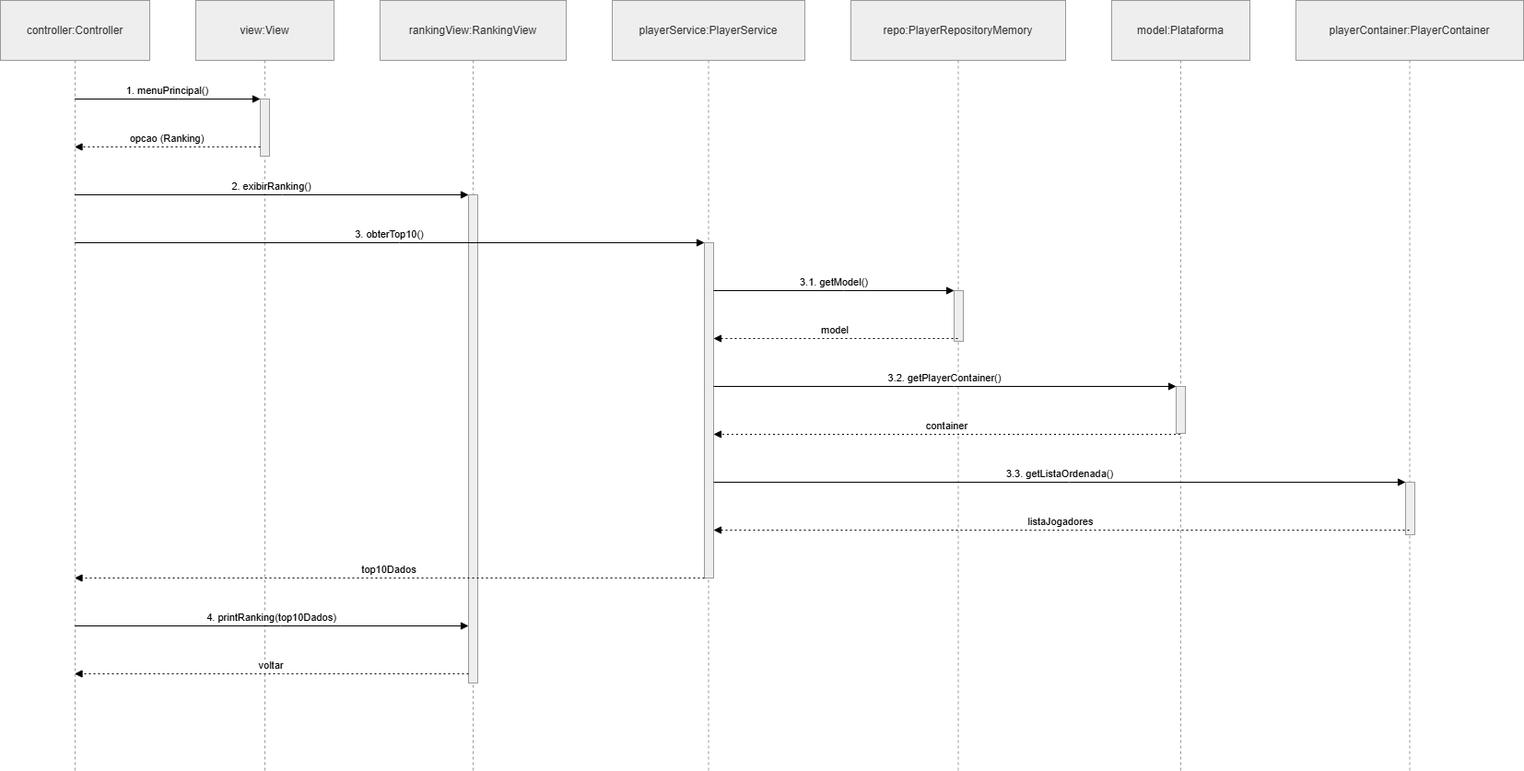
Before: Iteração2/PNG Diagrams/UC8.1.png, a diagram exported from draw.io (Sw33t23/fsoft2026_1DA_1). Source tidied: cells renumbered, new cells last; positions are measured from the earlier drawing's top-left corner, leaving out a move shared by most shapes.
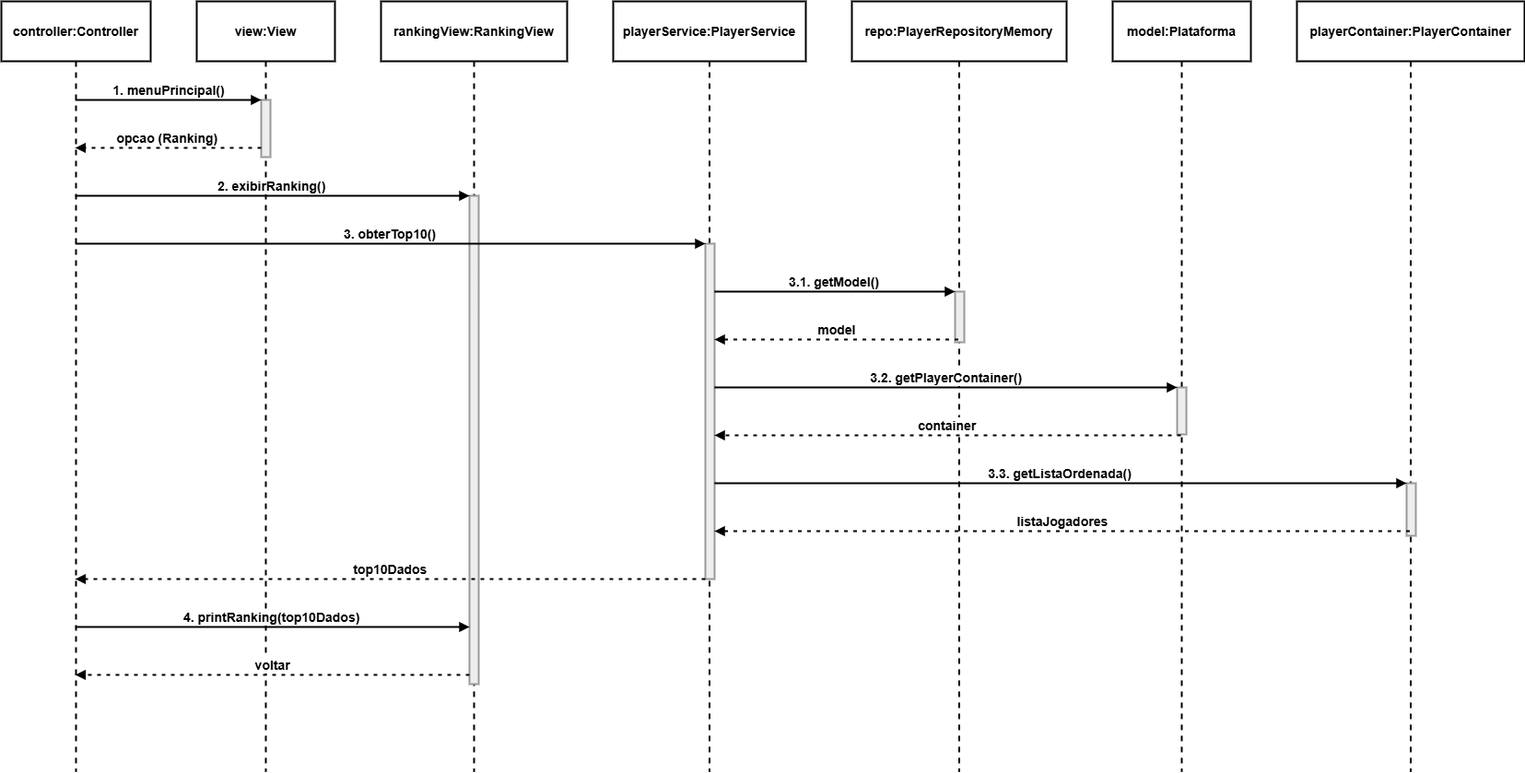
The same diagram one commit later.

The edit, as a diff of the source:
```diff
@@ -2,130 +2,130 @@
   <root>
     <mxCell id="0" />
     <mxCell id="1" parent="0" />
-    <mxCell id="2" value="controller:Controller" style="shape=umlLifeline;perimeter=lifelinePerimeter;whiteSpace=wrap;outlineConnect=0;portConstraint=eastwest;newEdgeStyle={&quot;edgeStyle&quot;:&quot;elbowEdgeStyle&quot;,&quot;elbow&quot;:&quot;vertical&quot;,&quot;curved&quot;:0,&quot;rounded&quot;:0};size=65;fillColor=light-dark(#eeeeee,#1f2020);strokeColor=light-dark(#999999,#cccccc);fontColor=light-dark(#333333,#cccccc);" parent="1" vertex="1">
+    <mxCell id="2" value="controller:Controller" style="shape=umlLifeline;perimeter=lifelinePerimeter;whiteSpace=wrap;outlineConnect=0;portConstraint=eastwest;newEdgeStyle={&quot;edgeStyle&quot;:&quot;elbowEdgeStyle&quot;,&quot;elbow&quot;:&quot;vertical&quot;,&quot;curved&quot;:0,&quot;rounded&quot;:0};size=65;fillColor=none;strokeWidth=2;fontSize=14;fontStyle=1;" parent="1" vertex="1">
       <mxGeometry width="162" height="836" as="geometry" />
     </mxCell>
-    <mxCell id="3" value="view:View" style="shape=umlLifeline;perimeter=lifelinePerimeter;whiteSpace=wrap;newEdgeStyle={&quot;edgeStyle&quot;:&quot;elbowEdgeStyle&quot;,&quot;elbow&quot;:&quot;vertical&quot;,&quot;curved&quot;:0,&quot;rounded&quot;:0};size=65;fillColor=light-dark(#eeeeee,#1f2020);strokeColor=light-dark(#999999,#cccccc);fontColor=light-dark(#333333,#cccccc);" parent="1" vertex="1">
+    <mxCell id="3" value="view:View" style="shape=umlLifeline;perimeter=lifelinePerimeter;whiteSpace=wrap;newEdgeStyle={&quot;edgeStyle&quot;:&quot;elbowEdgeStyle&quot;,&quot;elbow&quot;:&quot;vertical&quot;,&quot;curved&quot;:0,&quot;rounded&quot;:0};size=65;fillColor=none;strokeWidth=2;fontSize=14;fontStyle=1;" parent="1" vertex="1">
       <mxGeometry x="212" width="150" height="836" as="geometry" />
     </mxCell>
-    <mxCell id="4" style="points=[];perimeter=orthogonalPerimeter;outlineConnect=0;targetShapes=umlLifeline;portConstraint=eastwest;newEdgeStyle={&quot;edgeStyle&quot;:&quot;elbowEdgeStyle&quot;,&quot;elbow&quot;:&quot;vertical&quot;,&quot;curved&quot;:0,&quot;rounded&quot;:0};fillColor=light-dark(#eeeeee,#1f2020);strokeColor=light-dark(#999999,#cccccc);fontColor=light-dark(#333333,#cccccc);" parent="3" vertex="1">
-      <mxGeometry x="70" y="107" width="10" height="62" as="geometry" />
-    </mxCell>
+    <mxCell id="28" style="points=[];perimeter=orthogonalPerimeter;outlineConnect=0;targetShapes=umlLifeline;portConstraint=eastwest;newEdgeStyle={&quot;edgeStyle&quot;:&quot;elbowEdgeStyle&quot;,&quot;elbow&quot;:&quot;vertical&quot;,&quot;curved&quot;:0,&quot;rounded&quot;:0};fillColor=light-dark(#eeeeee,#1f2020);strokeColor=light-dark(#999999,#cccccc);fontColor=light-dark(#333333,#cccccc);strokeWidth=2;fontSize=14;fontStyle=1;" parent="3" vertex="1">
+      <mxGeometry x="70" y="107" width="10" height="62" as="geometry" />
+    </mxCell>
-    <mxCell id="5" value="rankingView:RankingView" style="shape=umlLifeline;perimeter=lifelinePerimeter;whiteSpace=wrap;newEdgeStyle={&quot;edgeStyle&quot;:&quot;elbowEdgeStyle&quot;,&quot;elbow&quot;:&quot;vertical&quot;,&quot;curved&quot;:0,&quot;rounded&quot;:0};size=65;fillColor=light-dark(#eeeeee,#1f2020);strokeColor=light-dark(#999999,#cccccc);fontColor=light-dark(#333333,#cccccc);" parent="1" vertex="1">
+    <mxCell id="5" value="rankingView:RankingView" style="shape=umlLifeline;perimeter=lifelinePerimeter;whiteSpace=wrap;newEdgeStyle={&quot;edgeStyle&quot;:&quot;elbowEdgeStyle&quot;,&quot;elbow&quot;:&quot;vertical&quot;,&quot;curved&quot;:0,&quot;rounded&quot;:0};size=65;fillColor=none;strokeWidth=2;fontSize=14;fontStyle=1;" parent="1" vertex="1">
       <mxGeometry x="412" width="202" height="836" as="geometry" />
     </mxCell>
-    <mxCell id="6" style="points=[];perimeter=orthogonalPerimeter;outlineConnect=0;targetShapes=umlLifeline;portConstraint=eastwest;newEdgeStyle={&quot;edgeStyle&quot;:&quot;elbowEdgeStyle&quot;,&quot;elbow&quot;:&quot;vertical&quot;,&quot;curved&quot;:0,&quot;rounded&quot;:0};fillColor=light-dark(#eeeeee,#1f2020);strokeColor=light-dark(#999999,#cccccc);fontColor=light-dark(#333333,#cccccc);" parent="5" vertex="1">
-      <mxGeometry x="96" y="211" width="10" height="530" as="geometry" />
-    </mxCell>
+    <mxCell id="29" style="points=[];perimeter=orthogonalPerimeter;outlineConnect=0;targetShapes=umlLifeline;portConstraint=eastwest;newEdgeStyle={&quot;edgeStyle&quot;:&quot;elbowEdgeStyle&quot;,&quot;elbow&quot;:&quot;vertical&quot;,&quot;curved&quot;:0,&quot;rounded&quot;:0};fillColor=light-dark(#eeeeee,#1f2020);strokeColor=light-dark(#999999,#cccccc);fontColor=light-dark(#333333,#cccccc);strokeWidth=2;fontSize=14;fontStyle=1;" parent="5" vertex="1">
+      <mxGeometry x="96" y="211" width="10" height="530" as="geometry" />
+    </mxCell>
-    <mxCell id="7" value="playerService:PlayerService" style="shape=umlLifeline;perimeter=lifelinePerimeter;whiteSpace=wrap;newEdgeStyle={&quot;edgeStyle&quot;:&quot;elbowEdgeStyle&quot;,&quot;elbow&quot;:&quot;vertical&quot;,&quot;curved&quot;:0,&quot;rounded&quot;:0};size=65;fillColor=light-dark(#eeeeee,#1f2020);strokeColor=light-dark(#999999,#cccccc);fontColor=light-dark(#333333,#cccccc);" parent="1" vertex="1">
+    <mxCell id="7" value="playerService:PlayerService" style="shape=umlLifeline;perimeter=lifelinePerimeter;whiteSpace=wrap;newEdgeStyle={&quot;edgeStyle&quot;:&quot;elbowEdgeStyle&quot;,&quot;elbow&quot;:&quot;vertical&quot;,&quot;curved&quot;:0,&quot;rounded&quot;:0};size=65;fillColor=none;strokeWidth=2;fontSize=14;fontStyle=1;" parent="1" vertex="1">
       <mxGeometry x="664" width="209" height="836" as="geometry" />
     </mxCell>
-    <mxCell id="8" style="points=[];perimeter=orthogonalPerimeter;outlineConnect=0;targetShapes=umlLifeline;portConstraint=eastwest;newEdgeStyle={&quot;edgeStyle&quot;:&quot;elbowEdgeStyle&quot;,&quot;elbow&quot;:&quot;vertical&quot;,&quot;curved&quot;:0,&quot;rounded&quot;:0};fillColor=light-dark(#eeeeee,#1f2020);strokeColor=light-dark(#999999,#cccccc);fontColor=light-dark(#333333,#cccccc);" parent="7" vertex="1">
-      <mxGeometry x="100" y="263" width="10" height="364" as="geometry" />
-    </mxCell>
+    <mxCell id="30" style="points=[];perimeter=orthogonalPerimeter;outlineConnect=0;targetShapes=umlLifeline;portConstraint=eastwest;newEdgeStyle={&quot;edgeStyle&quot;:&quot;elbowEdgeStyle&quot;,&quot;elbow&quot;:&quot;vertical&quot;,&quot;curved&quot;:0,&quot;rounded&quot;:0};fillColor=light-dark(#eeeeee,#1f2020);strokeColor=light-dark(#999999,#cccccc);fontColor=light-dark(#333333,#cccccc);strokeWidth=2;fontSize=14;fontStyle=1;" parent="7" vertex="1">
+      <mxGeometry x="100" y="263" width="10" height="364" as="geometry" />
+    </mxCell>
-    <mxCell id="9" value="repo:PlayerRepositoryMemory" style="shape=umlLifeline;perimeter=lifelinePerimeter;whiteSpace=wrap;outlineConnect=0;portConstraint=eastwest;newEdgeStyle={&quot;edgeStyle&quot;:&quot;elbowEdgeStyle&quot;,&quot;elbow&quot;:&quot;vertical&quot;,&quot;curved&quot;:0,&quot;rounded&quot;:0};size=65;fillColor=light-dark(#eeeeee,#1f2020);strokeColor=light-dark(#999999,#cccccc);fontColor=light-dark(#333333,#cccccc);" parent="1" vertex="1">
+    <mxCell id="9" value="repo:PlayerRepositoryMemory" style="shape=umlLifeline;perimeter=lifelinePerimeter;whiteSpace=wrap;outlineConnect=0;portConstraint=eastwest;newEdgeStyle={&quot;edgeStyle&quot;:&quot;elbowEdgeStyle&quot;,&quot;elbow&quot;:&quot;vertical&quot;,&quot;curved&quot;:0,&quot;rounded&quot;:0};size=65;fillColor=none;strokeWidth=2;fontSize=14;fontStyle=1;" parent="1" vertex="1">
       <mxGeometry x="923" width="233" height="836" as="geometry" />
     </mxCell>
-    <mxCell id="10" style="points=[];perimeter=orthogonalPerimeter;outlineConnect=0;targetShapes=umlLifeline;portConstraint=eastwest;newEdgeStyle={&quot;edgeStyle&quot;:&quot;elbowEdgeStyle&quot;,&quot;elbow&quot;:&quot;vertical&quot;,&quot;curved&quot;:0,&quot;rounded&quot;:0};fillColor=light-dark(#eeeeee,#1f2020);strokeColor=light-dark(#999999,#cccccc);fontColor=light-dark(#333333,#cccccc);" parent="9" vertex="1">
-      <mxGeometry x="112" y="315" width="10" height="55" as="geometry" />
-    </mxCell>
+    <mxCell id="31" style="points=[];perimeter=orthogonalPerimeter;outlineConnect=0;targetShapes=umlLifeline;portConstraint=eastwest;newEdgeStyle={&quot;edgeStyle&quot;:&quot;elbowEdgeStyle&quot;,&quot;elbow&quot;:&quot;vertical&quot;,&quot;curved&quot;:0,&quot;rounded&quot;:0};fillColor=light-dark(#eeeeee,#1f2020);strokeColor=light-dark(#999999,#cccccc);fontColor=light-dark(#333333,#cccccc);strokeWidth=2;fontSize=14;fontStyle=1;" parent="9" vertex="1">
+      <mxGeometry x="112" y="315" width="10" height="55" as="geometry" />
+    </mxCell>
-    <mxCell id="11" value="model:Plataforma" style="shape=umlLifeline;perimeter=lifelinePerimeter;whiteSpace=wrap;outlineConnect=0;portConstraint=eastwest;newEdgeStyle={&quot;edgeStyle&quot;:&quot;elbowEdgeStyle&quot;,&quot;elbow&quot;:&quot;vertical&quot;,&quot;curved&quot;:0,&quot;rounded&quot;:0};size=65;fillColor=light-dark(#eeeeee,#1f2020);strokeColor=light-dark(#999999,#cccccc);fontColor=light-dark(#333333,#cccccc);" parent="1" vertex="1">
+    <mxCell id="11" value="model:Plataforma" style="shape=umlLifeline;perimeter=lifelinePerimeter;whiteSpace=wrap;outlineConnect=0;portConstraint=eastwest;newEdgeStyle={&quot;edgeStyle&quot;:&quot;elbowEdgeStyle&quot;,&quot;elbow&quot;:&quot;vertical&quot;,&quot;curved&quot;:0,&quot;rounded&quot;:0};size=65;fillColor=none;strokeWidth=2;fontSize=14;fontStyle=1;" parent="1" vertex="1">
       <mxGeometry x="1206" width="150" height="836" as="geometry" />
     </mxCell>
-    <mxCell id="12" style="points=[];perimeter=orthogonalPerimeter;outlineConnect=0;targetShapes=umlLifeline;portConstraint=eastwest;newEdgeStyle={&quot;edgeStyle&quot;:&quot;elbowEdgeStyle&quot;,&quot;elbow&quot;:&quot;vertical&quot;,&quot;curved&quot;:0,&quot;rounded&quot;:0};fillColor=light-dark(#eeeeee,#1f2020);strokeColor=light-dark(#999999,#cccccc);fontColor=light-dark(#333333,#cccccc);" parent="11" vertex="1">
-      <mxGeometry x="70" y="419" width="10" height="51" as="geometry" />
-    </mxCell>
+    <mxCell id="32" style="points=[];perimeter=orthogonalPerimeter;outlineConnect=0;targetShapes=umlLifeline;portConstraint=eastwest;newEdgeStyle={&quot;edgeStyle&quot;:&quot;elbowEdgeStyle&quot;,&quot;elbow&quot;:&quot;vertical&quot;,&quot;curved&quot;:0,&quot;rounded&quot;:0};fillColor=light-dark(#eeeeee,#1f2020);strokeColor=light-dark(#999999,#cccccc);fontColor=light-dark(#333333,#cccccc);strokeWidth=2;fontSize=14;fontStyle=1;" parent="11" vertex="1">
+      <mxGeometry x="70" y="419" width="10" height="51" as="geometry" />
+    </mxCell>
-    <mxCell id="13" value="playerContainer:PlayerContainer" style="shape=umlLifeline;perimeter=lifelinePerimeter;whiteSpace=wrap;outlineConnect=0;portConstraint=eastwest;newEdgeStyle={&quot;edgeStyle&quot;:&quot;elbowEdgeStyle&quot;,&quot;elbow&quot;:&quot;vertical&quot;,&quot;curved&quot;:0,&quot;rounded&quot;:0};size=65;fillColor=light-dark(#eeeeee,#1f2020);strokeColor=light-dark(#999999,#cccccc);fontColor=light-dark(#333333,#cccccc);" parent="1" vertex="1">
+    <mxCell id="13" value="playerContainer:PlayerContainer" style="shape=umlLifeline;perimeter=lifelinePerimeter;whiteSpace=wrap;outlineConnect=0;portConstraint=eastwest;newEdgeStyle={&quot;edgeStyle&quot;:&quot;elbowEdgeStyle&quot;,&quot;elbow&quot;:&quot;vertical&quot;,&quot;curved&quot;:0,&quot;rounded&quot;:0};size=65;fillColor=none;strokeWidth=2;fontSize=14;fontStyle=1;" parent="1" vertex="1">
       <mxGeometry x="1406" width="247" height="836" as="geometry" />
     </mxCell>
-    <mxCell id="14" style="points=[];perimeter=orthogonalPerimeter;outlineConnect=0;targetShapes=umlLifeline;portConstraint=eastwest;newEdgeStyle={&quot;edgeStyle&quot;:&quot;elbowEdgeStyle&quot;,&quot;elbow&quot;:&quot;vertical&quot;,&quot;curved&quot;:0,&quot;rounded&quot;:0};fillColor=light-dark(#eeeeee,#1f2020);strokeColor=light-dark(#999999,#cccccc);fontColor=light-dark(#333333,#cccccc);" parent="13" vertex="1">
-      <mxGeometry x="119" y="523" width="10" height="57" as="geometry" />
-    </mxCell>
+    <mxCell id="33" style="points=[];perimeter=orthogonalPerimeter;outlineConnect=0;targetShapes=umlLifeline;portConstraint=eastwest;newEdgeStyle={&quot;edgeStyle&quot;:&quot;elbowEdgeStyle&quot;,&quot;elbow&quot;:&quot;vertical&quot;,&quot;curved&quot;:0,&quot;rounded&quot;:0};fillColor=light-dark(#eeeeee,#1f2020);strokeColor=light-dark(#999999,#cccccc);fontColor=light-dark(#333333,#cccccc);strokeWidth=2;fontSize=14;fontStyle=1;" parent="13" vertex="1">
+      <mxGeometry x="119" y="523" width="10" height="57" as="geometry" />
+    </mxCell>
-    <mxCell id="15" value="1. menuPrincipal()" style="verticalAlign=bottom;edgeStyle=elbowEdgeStyle;elbow=vertical;curved=0;rounded=0;endArrow=block;" parent="1" edge="1" source="2" target="4">
+    <mxCell id="15" value="1. menuPrincipal()" style="verticalAlign=bottom;edgeStyle=elbowEdgeStyle;elbow=vertical;curved=0;rounded=0;endArrow=block;strokeWidth=2;fontSize=14;fontStyle=1;" parent="1" edge="1" source="2" target="28">
       <mxGeometry relative="1" as="geometry">
         <Array as="points">
           <mxPoint x="193" y="107" />
         </Array>
       </mxGeometry>
     </mxCell>
-    <mxCell id="16" value="opcao (Ranking)" style="verticalAlign=bottom;edgeStyle=elbowEdgeStyle;elbow=vertical;curved=0;rounded=0;dashed=1;dashPattern=2 3;endArrow=block;" parent="1" edge="1" source="4" target="2">
+    <mxCell id="16" value="opcao (Ranking)" style="verticalAlign=bottom;edgeStyle=elbowEdgeStyle;elbow=vertical;curved=0;rounded=0;dashed=1;dashPattern=2 3;endArrow=block;strokeWidth=2;fontSize=14;fontStyle=1;" parent="1" edge="1" source="28" target="2">
       <mxGeometry relative="1" as="geometry">
         <Array as="points">
           <mxPoint x="194" y="159" />
         </Array>
       </mxGeometry>
     </mxCell>
-    <mxCell id="17" value="2. exibirRanking()" style="verticalAlign=bottom;edgeStyle=elbowEdgeStyle;elbow=vertical;curved=0;rounded=0;endArrow=block;" parent="1" edge="1" source="2" target="6">
+    <mxCell id="17" value="2. exibirRanking()" style="verticalAlign=bottom;edgeStyle=elbowEdgeStyle;elbow=vertical;curved=0;rounded=0;endArrow=block;strokeWidth=2;fontSize=14;fontStyle=1;" parent="1" edge="1" source="2" target="29">
       <mxGeometry relative="1" as="geometry">
         <Array as="points">
           <mxPoint x="306" y="211" />
         </Array>
       </mxGeometry>
     </mxCell>
-    <mxCell id="18" value="3. obterTop10()" style="verticalAlign=bottom;edgeStyle=elbowEdgeStyle;elbow=vertical;curved=0;rounded=0;endArrow=block;" parent="1" edge="1" source="2" target="8">
+    <mxCell id="18" value="3. obterTop10()" style="verticalAlign=bottom;edgeStyle=elbowEdgeStyle;elbow=vertical;curved=0;rounded=0;endArrow=block;strokeWidth=2;fontSize=14;fontStyle=1;" parent="1" edge="1" source="2" target="30">
       <mxGeometry relative="1" as="geometry">
         <Array as="points">
           <mxPoint x="433" y="263" />
         </Array>
       </mxGeometry>
     </mxCell>
-    <mxCell id="19" value="3.1. getModel()" style="verticalAlign=bottom;edgeStyle=elbowEdgeStyle;elbow=vertical;curved=0;rounded=0;endArrow=block;" parent="1" edge="1" source="8" target="10">
+    <mxCell id="19" value="3.1. getModel()" style="verticalAlign=bottom;edgeStyle=elbowEdgeStyle;elbow=vertical;curved=0;rounded=0;endArrow=block;strokeWidth=2;fontSize=14;fontStyle=1;" parent="1" edge="1" source="30" target="31">
       <mxGeometry relative="1" as="geometry">
         <Array as="points">
           <mxPoint x="915" y="315" />
         </Array>
       </mxGeometry>
     </mxCell>
-    <mxCell id="20" value="model" style="verticalAlign=bottom;edgeStyle=elbowEdgeStyle;elbow=vertical;curved=0;rounded=0;dashed=1;dashPattern=2 3;endArrow=block;" parent="1" edge="1" source="9" target="8">
+    <mxCell id="20" value="model" style="verticalAlign=bottom;edgeStyle=elbowEdgeStyle;elbow=vertical;curved=0;rounded=0;dashed=1;dashPattern=2 3;endArrow=block;strokeWidth=2;fontSize=14;fontStyle=1;" parent="1" edge="1" source="9" target="30">
       <mxGeometry relative="1" as="geometry">
         <Array as="points">
           <mxPoint x="916" y="367" />
         </Array>
       </mxGeometry>
     </mxCell>
-    <mxCell id="21" value="3.2. getPlayerContainer()" style="verticalAlign=bottom;edgeStyle=elbowEdgeStyle;elbow=vertical;curved=0;rounded=0;endArrow=block;" parent="1" edge="1" source="8" target="12">
+    <mxCell id="21" value="3.2. getPlayerContainer()" style="verticalAlign=bottom;edgeStyle=elbowEdgeStyle;elbow=vertical;curved=0;rounded=0;endArrow=block;strokeWidth=2;fontSize=14;fontStyle=1;" parent="1" edge="1" source="30" target="32">
       <mxGeometry relative="1" as="geometry">
         <Array as="points">
           <mxPoint x="1035" y="419" />
         </Array>
       </mxGeometry>
     </mxCell>
-    <mxCell id="22" value="container" style="verticalAlign=bottom;edgeStyle=elbowEdgeStyle;elbow=vertical;curved=0;rounded=0;dashed=1;dashPattern=2 3;endArrow=block;" parent="1" edge="1" source="11" target="8">
+    <mxCell id="22" value="container" style="verticalAlign=bottom;edgeStyle=elbowEdgeStyle;elbow=vertical;curved=0;rounded=0;dashed=1;dashPattern=2 3;endArrow=block;strokeWidth=2;fontSize=14;fontStyle=1;" parent="1" edge="1" source="11" target="30">
       <mxGeometry relative="1" as="geometry">
         <Array as="points">
           <mxPoint x="1036" y="471" />
         </Array>
       </mxGeometry>
     </mxCell>
-    <mxCell id="23" value="3.3. getListaOrdenada()" style="verticalAlign=bottom;edgeStyle=elbowEdgeStyle;elbow=vertical;curved=0;rounded=0;endArrow=block;" parent="1" edge="1" source="8" target="14">
+    <mxCell id="23" value="3.3. getListaOrdenada()" style="verticalAlign=bottom;edgeStyle=elbowEdgeStyle;elbow=vertical;curved=0;rounded=0;endArrow=block;strokeWidth=2;fontSize=14;fontStyle=1;" parent="1" edge="1" source="30" target="33">
       <mxGeometry relative="1" as="geometry">
         <Array as="points">
           <mxPoint x="1160" y="523" />
         </Array>
       </mxGeometry>
     </mxCell>
-    <mxCell id="24" value="listaJogadores" style="verticalAlign=bottom;edgeStyle=elbowEdgeStyle;elbow=vertical;curved=0;rounded=0;dashed=1;dashPattern=2 3;endArrow=block;" parent="1" edge="1" source="13" target="8">
+    <mxCell id="24" value="listaJogadores" style="verticalAlign=bottom;edgeStyle=elbowEdgeStyle;elbow=vertical;curved=0;rounded=0;dashed=1;dashPattern=2 3;endArrow=block;strokeWidth=2;fontSize=14;fontStyle=1;" parent="1" edge="1" source="13" target="30">
       <mxGeometry relative="1" as="geometry">
         <Array as="points">
           <mxPoint x="1161" y="575" />
         </Array>
       </mxGeometry>
     </mxCell>
-    <mxCell id="25" value="top10Dados" style="verticalAlign=bottom;edgeStyle=elbowEdgeStyle;elbow=vertical;curved=0;rounded=0;dashed=1;dashPattern=2 3;endArrow=block;" parent="1" edge="1" source="8" target="2">
+    <mxCell id="25" value="top10Dados" style="verticalAlign=bottom;edgeStyle=elbowEdgeStyle;elbow=vertical;curved=0;rounded=0;dashed=1;dashPattern=2 3;endArrow=block;strokeWidth=2;fontSize=14;fontStyle=1;" parent="1" edge="1" source="30" target="2">
       <mxGeometry relative="1" as="geometry">
         <Array as="points">
           <mxPoint x="434" y="627" />
         </Array>
       </mxGeometry>
     </mxCell>
-    <mxCell id="26" value="4. printRanking(top10Dados)" style="verticalAlign=bottom;edgeStyle=elbowEdgeStyle;elbow=vertical;curved=0;rounded=0;endArrow=block;" parent="1" edge="1" source="2" target="6">
+    <mxCell id="26" value="4. printRanking(top10Dados)" style="verticalAlign=bottom;edgeStyle=elbowEdgeStyle;elbow=vertical;curved=0;rounded=0;endArrow=block;strokeWidth=2;fontSize=14;fontStyle=1;" parent="1" edge="1" source="2" target="29">
       <mxGeometry relative="1" as="geometry">
         <Array as="points">
           <mxPoint x="304" y="679" />
         </Array>
       </mxGeometry>
     </mxCell>
-    <mxCell id="27" value="voltar" style="verticalAlign=bottom;edgeStyle=elbowEdgeStyle;elbow=vertical;curved=0;rounded=0;dashed=1;dashPattern=2 3;endArrow=block;" parent="1" edge="1" source="6" target="2">
+    <mxCell id="27" value="voltar" style="verticalAlign=bottom;edgeStyle=elbowEdgeStyle;elbow=horizontal;curved=0;rounded=0;dashed=1;dashPattern=2 3;endArrow=block;strokeWidth=2;fontSize=14;fontStyle=1;" parent="1" edge="1" source="29" target="2">
       <mxGeometry relative="1" as="geometry">
         <Array as="points">
           <mxPoint x="307" y="731" />
```
